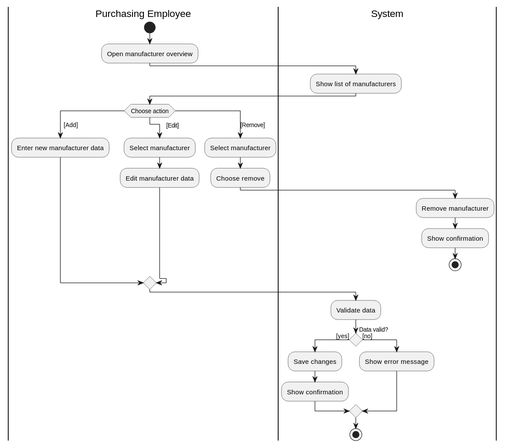
The PlantUML diagram Documentation/Architecture/uml/export/activity_diagrams/AD01_Manage_manufacturer_data.svg in ViktorQorri/Project-Timaflu, before a commit.
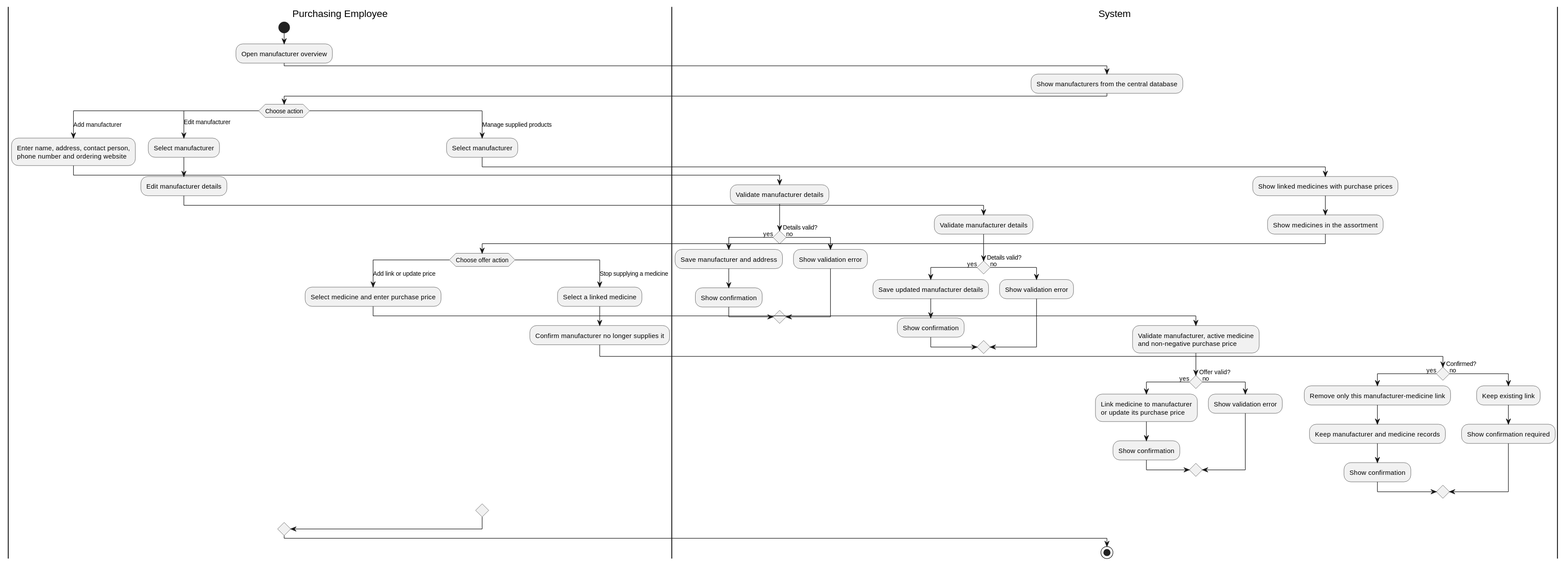
The same diagram one commit later.

Commit message:
Align manufacturer management flow with Timaflu case and issue 14

The edit, as a diff of the source:
```diff
@@ -8,31 +8,66 @@
 :Open manufacturer overview;
 
 |System|
-:Show list of manufacturers;
+:Show manufacturers from the central database;
 
 |Purchasing Employee|
 switch (Choose action)
-case (  [Add])
-  :Enter new manufacturer data;
-case (          [Edit])
+case (Add manufacturer)
+  :Enter name, address, contact person,\nphone number and ordering website;
+  |System|
+  :Validate manufacturer details;
+  if (Details valid?) then (yes)
+    :Save manufacturer and address;
+    :Show confirmation;
+  else (no)
+    :Show validation error;
+  endif
+
+case (Edit manufacturer)
+  |Purchasing Employee|
   :Select manufacturer;
-  :Edit manufacturer data;
-case ([Remove])
+  :Edit manufacturer details;
+  |System|
+  :Validate manufacturer details;
+  if (Details valid?) then (yes)
+    :Save updated manufacturer details;
+    :Show confirmation;
+  else (no)
+    :Show validation error;
+  endif
+
+case (Manage supplied products)
+  |Purchasing Employee|
   :Select manufacturer;
-  :Choose remove;
   |System|
-  :Remove manufacturer;
-  :Show confirmation;
-  stop
+  :Show linked medicines with purchase prices;
+  :Show medicines in the assortment;
+  |Purchasing Employee|
+  switch (Choose offer action)
+  case (Add link or update price)
+    :Select medicine and enter purchase price;
+    |System|
+    :Validate manufacturer, active medicine\nand non-negative purchase price;
+    if (Offer valid?) then (yes)
+      :Link medicine to manufacturer\nor update its purchase price;
+      :Show confirmation;
+    else (no)
+      :Show validation error;
+    endif
+  case (Stop supplying a medicine)
+    |Purchasing Employee|
+    :Select a linked medicine;
+    :Confirm manufacturer no longer supplies it;
+    |System|
+    if (Confirmed?) then (yes)
+      :Remove only this manufacturer-medicine link;
+      :Keep manufacturer and medicine records;
+      :Show confirmation;
+    else (no)
+      :Keep existing link;
+      :Show confirmation required;
+    endif
+  endswitch
 endswitch
-
-|System|
-:Validate data;
-if (Data valid?) then ([yes])
-  :Save changes;
-  :Show confirmation;
-else ([no])
-  :Show error message;
-endif
 stop
 @enduml
```
